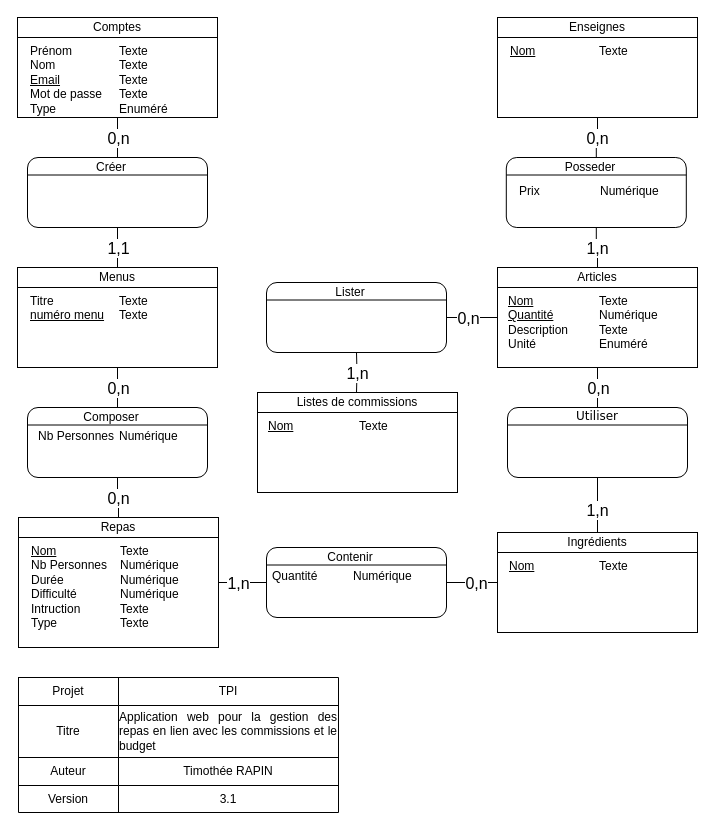
Earlier version of the draw.io diagram Documentation/07 BDD/01 MCD/MCD.drawio (TimotheeRapin/WebAppGestionRepas). Source tidied: cells renumbered, new cells numbered last; positions are measured from the earlier drawing's top-left corner, leaving out a move shared by most shapes. Both pictures are drawn from the tidied source at 100%, with x=0, y=0 at pixel (17, 17).
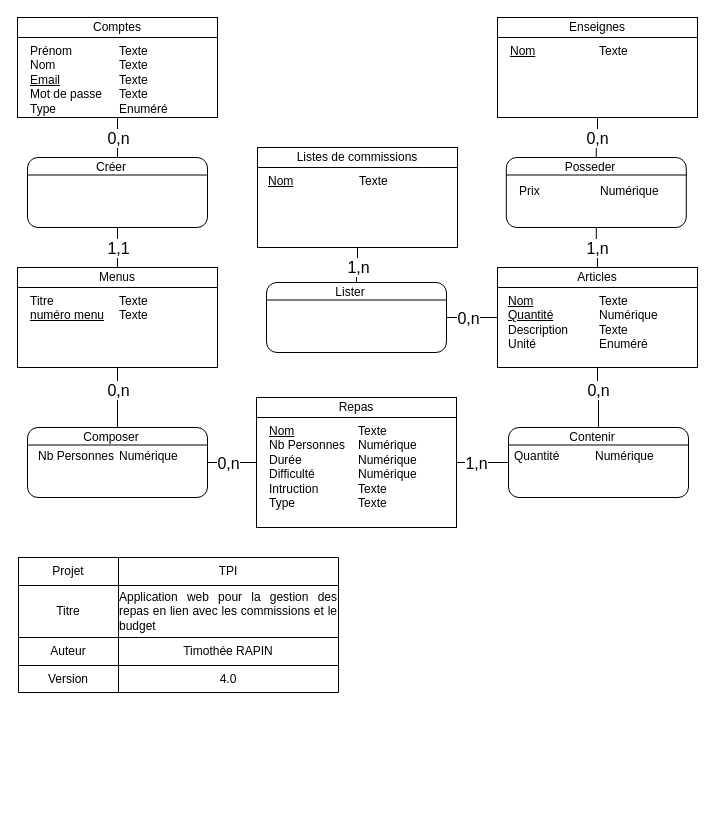
The same page after the edit.

Unchanged cells that the change refers to:
```xml
<mxCell id="12" style="shape=partialRectangle;html=1;whiteSpace=wrap;fillColor=none;top=0;left=0;bottom=0;right=0;" parent="2" vertex="1">
  <mxGeometry y="108" width="320" height="27" as="geometry" />
</mxCell>
<mxCell id="30" value="&lt;div style=&quot;box-sizing: border-box ; width: 100% ; padding: 2px&quot;&gt;&lt;br&gt;&lt;/div&gt;" style="verticalAlign=top;align=center;overflow=fill;html=1;rounded=0;shadow=0;comic=0;labelBackgroundColor=none;strokeColor=#000000;strokeWidth=1;fillColor=#ffffff;fontFamily=Verdana;fontSize=12;fontColor=#000000;" parent="1" vertex="1">
  <mxGeometry x="480" y="250" width="200" height="100" as="geometry" />
</mxCell>
<mxCell id="81" value="&lt;div style=&quot;box-sizing: border-box ; width: 100% ; padding: 2px&quot;&gt;&lt;br&gt;&lt;/div&gt;" style="verticalAlign=top;align=center;overflow=fill;html=1;rounded=1;shadow=0;comic=0;labelBackgroundColor=none;strokeColor=#000000;strokeWidth=1;fillColor=#ffffff;fontFamily=Verdana;fontSize=12;fontColor=#000000;" parent="1" vertex="1">
  <mxGeometry x="249" y="265" width="180" height="70" as="geometry" />
</mxCell>
```

Change to the diagram source:
```diff
@@
     <mxCell id="2" style="shape=table;html=1;whiteSpace=wrap;startSize=0;childLayout=tableLayout;" parent="1" vertex="1">
-      <mxGeometry x="1" y="660" width="320" height="135" as="geometry" />
+      <mxGeometry x="1" y="540" width="320" height="135" as="geometry" />
     </mxCell>
@@
-    <mxCell id="14" value="3.1" style="shape=partialRectangle;html=1;whiteSpace=wrap;overflow=hidden;fillColor=none;top=0;left=0;bottom=0;right=0;" parent="12" vertex="1">
+    <mxCell id="14" value="4.0" style="shape=partialRectangle;html=1;whiteSpace=wrap;overflow=hidden;fillColor=none;top=0;left=0;bottom=0;right=0;" parent="12" vertex="1">
       <mxGeometry x="100" width="220" height="27" as="geometry" />
     </mxCell>
@@
-    <mxCell id="38" value="&lt;div style=&quot;box-sizing: border-box ; width: 100% ; padding: 2px&quot;&gt;&lt;br&gt;&lt;/div&gt;" style="verticalAlign=top;align=center;overflow=fill;html=1;rounded=0;shadow=0;comic=0;labelBackgroundColor=none;strokeColor=#000000;strokeWidth=1;fillColor=#ffffff;fontFamily=Verdana;fontSize=12;fontColor=#000000;" parent="1" vertex="1">
-      <mxGeometry x="480" y="515" width="200" height="100" as="geometry" />
-    </mxCell>
-    <mxCell id="39" value="Ingrédients" style="rounded=0;whiteSpace=wrap;html=1;" parent="1" vertex="1">
-      <mxGeometry x="480" y="515" width="200" height="20" as="geometry" />
-    </mxCell>
-    <mxCell id="40" value="&lt;u&gt;Nom&lt;br&gt;&lt;/u&gt;" style="text;html=1;strokeColor=none;fillColor=none;align=left;verticalAlign=top;whiteSpace=wrap;rounded=0;" parent="1" vertex="1">
-      <mxGeometry x="490" y="535" width="91" height="60" as="geometry" />
-    </mxCell>
-    <mxCell id="41" value="Texte" style="text;html=1;strokeColor=none;fillColor=none;align=left;verticalAlign=top;whiteSpace=wrap;rounded=0;" parent="1" vertex="1">
-      <mxGeometry x="580" y="535" width="100" height="50" as="geometry" />
-    </mxCell>
     <mxCell id="42" value="&lt;div style=&quot;box-sizing: border-box ; width: 100% ; padding: 2px&quot;&gt;&lt;br&gt;&lt;/div&gt;" style="verticalAlign=top;align=center;overflow=fill;html=1;rounded=0;shadow=0;comic=0;labelBackgroundColor=none;strokeColor=#000000;strokeWidth=1;fillColor=#ffffff;fontFamily=Verdana;fontSize=12;fontColor=#000000;" parent="1" vertex="1">
-      <mxGeometry x="1" y="500" width="200" height="130" as="geometry" />
+      <mxGeometry x="239" y="380" width="200" height="130" as="geometry" />
     </mxCell>
     <mxCell id="43" value="Repas" style="rounded=0;whiteSpace=wrap;html=1;" parent="1" vertex="1">
-      <mxGeometry x="1" y="500" width="200" height="20" as="geometry" />
+      <mxGeometry x="239" y="380" width="200" height="20" as="geometry" />
     </mxCell>
     <mxCell id="44" value="&lt;u&gt;Nom&lt;/u&gt;&lt;br&gt;Nb Personnes&lt;br&gt;Durée&lt;br&gt;Difficulté&lt;br&gt;Intruction&lt;br&gt;Type" style="text;html=1;strokeColor=none;fillColor=none;align=left;verticalAlign=top;whiteSpace=wrap;rounded=0;" parent="1" vertex="1">
-      <mxGeometry x="12" y="520" width="90" height="60" as="geometry" />
+      <mxGeometry x="250" y="400" width="90" height="60" as="geometry" />
     </mxCell>
     <mxCell id="45" value="Texte&lt;br style=&quot;border-color: var(--border-color);&quot;&gt;Numérique&lt;br&gt;Numérique&lt;br&gt;Numérique&lt;br&gt;Texte&lt;br&gt;Texte" style="text;html=1;strokeColor=none;fillColor=none;align=left;verticalAlign=top;whiteSpace=wrap;rounded=0;" parent="1" vertex="1">
-      <mxGeometry x="101" y="520" width="100" height="50" as="geometry" />
+      <mxGeometry x="339" y="400" width="100" height="50" as="geometry" />
     </mxCell>
@@
     <mxCell id="48" value="&lt;div style=&quot;box-sizing: border-box ; width: 100% ; padding: 2px&quot;&gt;&lt;br&gt;&lt;/div&gt;" style="verticalAlign=top;align=center;overflow=fill;html=1;rounded=1;shadow=0;comic=0;labelBackgroundColor=none;strokeColor=#000000;strokeWidth=1;fillColor=#ffffff;fontFamily=Verdana;fontSize=12;fontColor=#000000;" parent="1" vertex="1">
-      <mxGeometry x="10" y="390" width="180" height="70" as="geometry" />
+      <mxGeometry x="10" y="410" width="180" height="70" as="geometry" />
     </mxCell>
-    <mxCell id="49" style="edgeStyle=orthogonalEdgeStyle;rounded=0;jettySize=auto;html=1;startArrow=none;startFill=0;endArrow=none;endFill=0;exitX=0.5;exitY=0;exitDx=0;exitDy=0;" parent="1" edge="1" source="43" target="48">
+    <mxCell id="49" style="edgeStyle=orthogonalEdgeStyle;rounded=0;jettySize=auto;html=1;startArrow=none;startFill=0;endArrow=none;endFill=0;exitX=0;exitY=0.5;exitDx=0;exitDy=0;" parent="1" edge="1" source="42" target="48">
       <mxGeometry relative="1" as="geometry" />
     </mxCell>
     <mxCell id="50" value="0,n" style="text;html=1;align=center;verticalAlign=middle;labelBackgroundColor=#ffffff;fontSize=16;" parent="49" vertex="1">
       <mxGeometry x="-0.65" relative="1" as="geometry">
-        <mxPoint x="-1" y="-13" as="offset" />
+        <mxPoint x="-20" as="offset" />
       </mxGeometry>
     </mxCell>
@@
     <mxCell id="52" value="Composer" style="text;html=1;strokeColor=none;fillColor=none;align=center;verticalAlign=middle;whiteSpace=wrap;rounded=0;" parent="1" vertex="1">
-      <mxGeometry x="34" y="390" width="120" height="20" as="geometry" />
+      <mxGeometry x="34" y="410" width="120" height="20" as="geometry" />
     </mxCell>
@@
     <mxCell id="55" value="&lt;div style=&quot;box-sizing: border-box ; width: 100% ; padding: 2px&quot;&gt;&lt;br&gt;&lt;/div&gt;" style="verticalAlign=top;align=center;overflow=fill;html=1;rounded=1;shadow=0;comic=0;labelBackgroundColor=none;strokeColor=#000000;strokeWidth=1;fillColor=#ffffff;fontFamily=Verdana;fontSize=12;fontColor=#000000;" parent="1" vertex="1">
-      <mxGeometry x="249" y="530" width="180" height="70" as="geometry" />
+      <mxGeometry x="491" y="410" width="180" height="70" as="geometry" />
     </mxCell>
-    <mxCell id="56" style="edgeStyle=orthogonalEdgeStyle;rounded=0;jettySize=auto;html=1;startArrow=none;startFill=0;endArrow=none;endFill=0;exitX=0;exitY=0.5;exitDx=0;exitDy=0;entryX=1;entryY=0.5;entryDx=0;entryDy=0;" parent="1" edge="1" source="38" target="55">
-      <mxGeometry relative="1" as="geometry" />
-    </mxCell>
-    <mxCell id="57" value="0,n" style="text;html=1;align=center;verticalAlign=middle;labelBackgroundColor=#ffffff;fontSize=16;" parent="56" vertex="1">
-      <mxGeometry x="-0.65" relative="1" as="geometry">
-        <mxPoint x="-13" as="offset" />
-      </mxGeometry>
-    </mxCell>
@@
     <mxCell id="59" value="Contenir" style="text;html=1;strokeColor=none;fillColor=none;align=center;verticalAlign=middle;whiteSpace=wrap;rounded=0;" parent="1" vertex="1">
-      <mxGeometry x="273" y="530" width="120" height="20" as="geometry" />
+      <mxGeometry x="515" y="410" width="120" height="20" as="geometry" />
     </mxCell>
@@
-    <mxCell id="69" style="edgeStyle=orthogonalEdgeStyle;html=1;labelBackgroundColor=none;startArrow=none;endArrow=none;fontFamily=Verdana;fontSize=12;align=left;entryX=0.5;entryY=0;entryDx=0;entryDy=0;startFill=0;endFill=0;rounded=0;exitX=0.5;exitY=1;exitDx=0;exitDy=0;" parent="1" edge="1" source="30" target="71">
+    <mxCell id="69" style="edgeStyle=orthogonalEdgeStyle;html=1;labelBackgroundColor=none;startArrow=none;endArrow=none;fontFamily=Verdana;fontSize=12;align=left;entryX=0.5;entryY=0;entryDx=0;entryDy=0;startFill=0;endFill=0;rounded=0;exitX=0.5;exitY=1;exitDx=0;exitDy=0;" parent="1" edge="1" source="30" target="55">
       <mxGeometry relative="1" as="geometry" />
     </mxCell>
@@
-    <mxCell id="71" value="&lt;div style=&quot;box-sizing: border-box ; width: 100% ; padding: 2px&quot;&gt;Utiliser&lt;/div&gt;" style="verticalAlign=top;align=center;overflow=fill;html=1;rounded=1;shadow=0;comic=0;labelBackgroundColor=none;strokeColor=#000000;strokeWidth=1;fillColor=#ffffff;fontFamily=Verdana;fontSize=12;fontColor=#000000;" parent="1" vertex="1">
-      <mxGeometry x="490" y="390" width="180" height="70" as="geometry" />
-    </mxCell>
-    <mxCell id="72" style="edgeStyle=orthogonalEdgeStyle;rounded=0;jettySize=auto;html=1;startArrow=none;startFill=0;endArrow=none;endFill=0;exitX=0.5;exitY=0;exitDx=0;exitDy=0;" parent="1" edge="1" source="39" target="71">
-      <mxGeometry relative="1" as="geometry" />
-    </mxCell>
-    <mxCell id="73" value="1,n" style="text;html=1;align=center;verticalAlign=middle;labelBackgroundColor=#ffffff;fontSize=16;" parent="72" vertex="1">
-      <mxGeometry x="-0.65" relative="1" as="geometry">
-        <mxPoint x="-1" y="-13" as="offset" />
-      </mxGeometry>
-    </mxCell>
-    <mxCell id="74" style="endArrow=none;html=1;entryX=1;entryY=0.25;entryDx=0;entryDy=0;exitX=0;exitY=0.25;exitDx=0;exitDy=0;" parent="1" edge="1" source="71" target="71">
-      <mxGeometry relative="1" as="geometry" />
-    </mxCell>
     <mxCell id="75" value="&lt;div style=&quot;box-sizing: border-box ; width: 100% ; padding: 2px&quot;&gt;&lt;br&gt;&lt;/div&gt;" style="verticalAlign=top;align=center;overflow=fill;html=1;rounded=0;shadow=0;comic=0;labelBackgroundColor=none;strokeColor=#000000;strokeWidth=1;fillColor=#ffffff;fontFamily=Verdana;fontSize=12;fontColor=#000000;" parent="1" vertex="1">
-      <mxGeometry x="240" y="375" width="200" height="100" as="geometry" />
+      <mxGeometry x="240" y="130" width="200" height="100" as="geometry" />
     </mxCell>
     <mxCell id="76" value="Listes de commissions" style="rounded=0;whiteSpace=wrap;html=1;" parent="1" vertex="1">
-      <mxGeometry x="240" y="375" width="200" height="20" as="geometry" />
+      <mxGeometry x="240" y="130" width="200" height="20" as="geometry" />
     </mxCell>
     <mxCell id="77" value="&lt;u&gt;Nom&lt;/u&gt;" style="text;html=1;strokeColor=none;fillColor=none;align=left;verticalAlign=top;whiteSpace=wrap;rounded=0;" parent="1" vertex="1">
-      <mxGeometry x="249" y="395" width="92" height="60" as="geometry" />
+      <mxGeometry x="249" y="150" width="92" height="60" as="geometry" />
     </mxCell>
     <mxCell id="78" value="Texte" style="text;html=1;strokeColor=none;fillColor=none;align=left;verticalAlign=top;whiteSpace=wrap;rounded=0;" parent="1" vertex="1">
-      <mxGeometry x="340" y="395" width="100" height="50" as="geometry" />
+      <mxGeometry x="340" y="150" width="100" height="50" as="geometry" />
     </mxCell>
@@
-    <mxCell id="82" style="edgeStyle=orthogonalEdgeStyle;rounded=0;jettySize=auto;html=1;startArrow=none;startFill=0;endArrow=none;endFill=0;exitX=0.5;exitY=0;exitDx=0;exitDy=0;" parent="1" edge="1" target="81">
-      <mxGeometry relative="1" as="geometry">
-        <mxPoint x="339" y="375" as="sourcePoint" />
-      </mxGeometry>
+    <mxCell id="82" style="edgeStyle=orthogonalEdgeStyle;rounded=0;jettySize=auto;html=1;startArrow=none;startFill=0;endArrow=none;endFill=0;exitX=0.5;exitY=1;exitDx=0;exitDy=0;" parent="1" edge="1" source="75" target="81">
+      <mxGeometry relative="1" as="geometry" />
     </mxCell>
     <mxCell id="83" value="1,n" style="text;html=1;align=center;verticalAlign=middle;labelBackgroundColor=#ffffff;fontSize=16;" parent="82" vertex="1">
       <mxGeometry x="-0.65" relative="1" as="geometry">
-        <mxPoint y="-13" as="offset" />
+        <mxPoint y="13" as="offset" />
       </mxGeometry>
     </mxCell>
@@
     <mxCell id="86" value="Quantité" style="text;html=1;strokeColor=none;fillColor=none;align=left;verticalAlign=top;whiteSpace=wrap;rounded=0;" parent="1" vertex="1">
-      <mxGeometry x="252.5" y="545" width="90" height="60" as="geometry" />
+      <mxGeometry x="494.5" y="425" width="90" height="60" as="geometry" />
     </mxCell>
     <mxCell id="87" value="Numérique" style="text;html=1;strokeColor=none;fillColor=none;align=left;verticalAlign=top;whiteSpace=wrap;rounded=0;" parent="1" vertex="1">
-      <mxGeometry x="333.5" y="545" width="100" height="50" as="geometry" />
+      <mxGeometry x="575.5" y="425" width="100" height="50" as="geometry" />
     </mxCell>
     <mxCell id="88" value="Nb Personnes" style="text;html=1;strokeColor=none;fillColor=none;align=left;verticalAlign=top;whiteSpace=wrap;rounded=0;" parent="1" vertex="1">
-      <mxGeometry x="19" y="405" width="90" height="60" as="geometry" />
+      <mxGeometry x="19" y="425" width="90" height="60" as="geometry" />
     </mxCell>
     <mxCell id="89" value="Numérique" style="text;html=1;strokeColor=none;fillColor=none;align=left;verticalAlign=top;whiteSpace=wrap;rounded=0;" parent="1" vertex="1">
-      <mxGeometry x="100" y="405" width="100" height="50" as="geometry" />
+      <mxGeometry x="100" y="425" width="100" height="50" as="geometry" />
     </mxCell>
```
